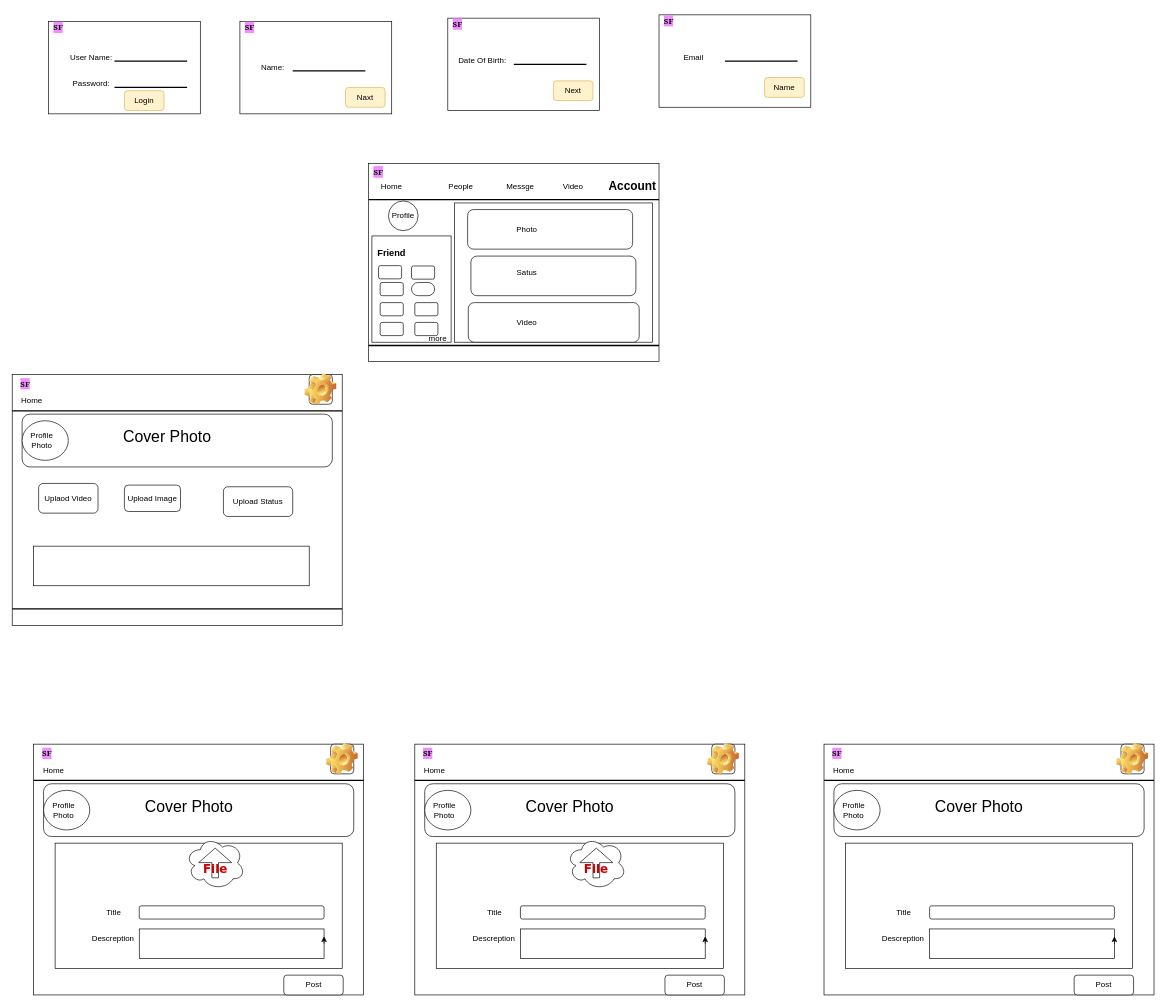
Above: Social media Architecture.drawio in devopsisak/kubernets (draw.io), before the change. Source tidied: cells renumbered, new cells numbered last; positions are measured from the earlier drawing's top-left corner, leaving out a move shared by most shapes. Both pictures are drawn from the tidied source at 66%, with x=0, y=0 at pixel (12, 11).
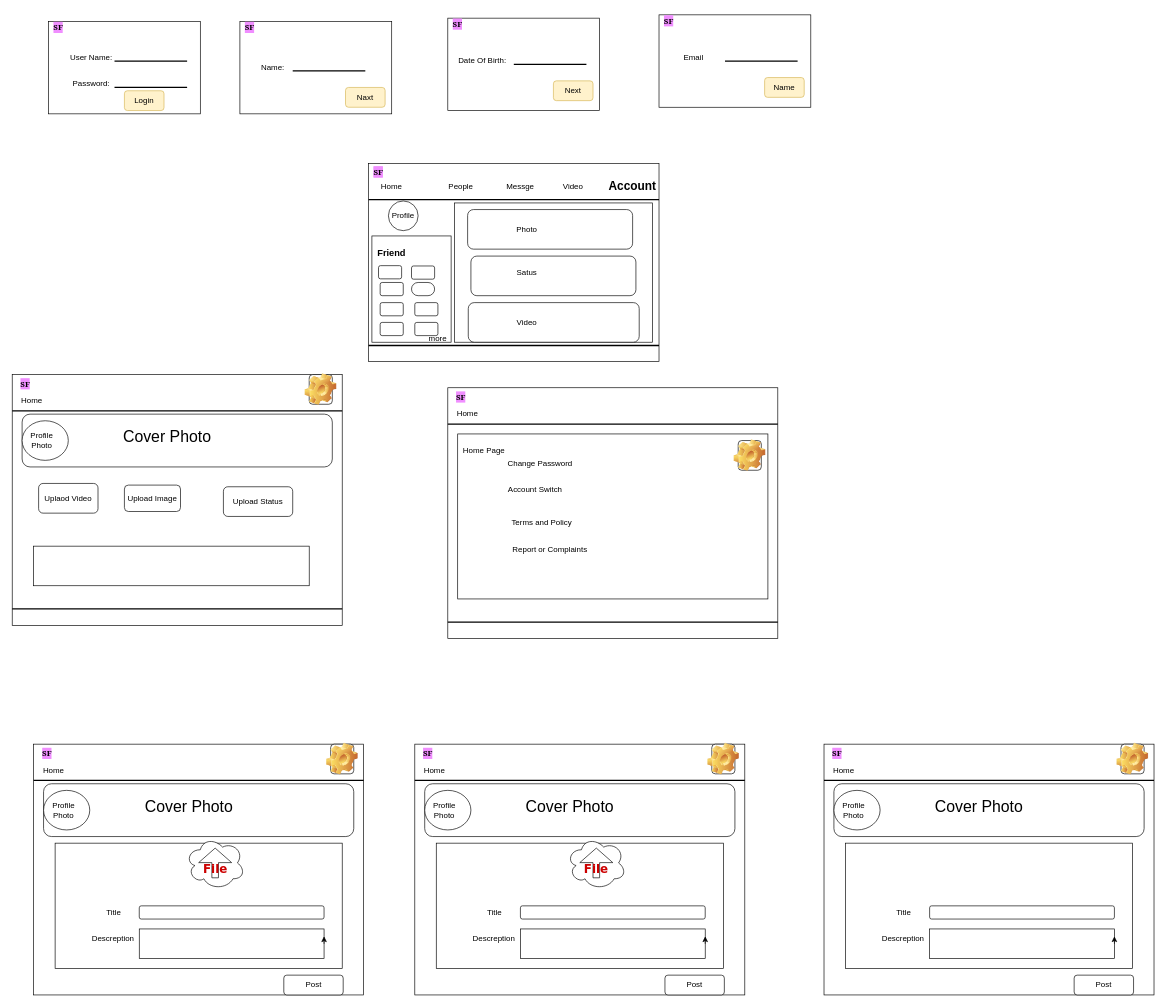
The same diagram, later.

What changed in the source:
```diff
@@
+    <mxCell id="131" style="group;" parent="1" vertex="1">
+      <mxGeometry x="660" y="570" width="500" height="380" as="geometry" />
+    </mxCell>
+    <mxCell id="132" style="rounded=0;whiteSpace=wrap;html=1;" parent="131" vertex="1">
+      <mxGeometry width="500" height="380" as="geometry" />
+    </mxCell>
+    <mxCell id="133" style="line;strokeWidth=2;html=1;" parent="131" vertex="1">
+      <mxGeometry y="50" width="500" height="10" as="geometry" />
+    </mxCell>
+    <mxCell id="134" style="line;strokeWidth=2;html=1;" parent="131" vertex="1">
+      <mxGeometry y="350" width="500" height="10" as="geometry" />
+    </mxCell>
+    <mxCell id="135" value="Home" style="text;html=1;whiteSpace=wrap;strokeColor=none;fillColor=none;align=center;verticalAlign=middle;rounded=0;" parent="131" vertex="1">
+      <mxGeometry y="25" width="60" height="30" as="geometry" />
+    </mxCell>
+    <mxCell id="136" value="&lt;b&gt;&lt;font face=&quot;Georgia&quot; style=&quot;background-color: rgb(240, 142, 255);&quot;&gt;SF&lt;/font&gt;&lt;/b&gt;" style="text;html=1;whiteSpace=wrap;strokeColor=none;fillColor=none;align=center;verticalAlign=middle;rounded=0;" parent="131" vertex="1">
+      <mxGeometry x="5" y="5" width="30" height="20" as="geometry" />
+    </mxCell>
+    <mxCell id="137" style="rounded=0;whiteSpace=wrap;html=1;" parent="131" vertex="1">
+      <mxGeometry x="15" y="70" width="470" height="250" as="geometry" />
+    </mxCell>
+    <mxCell id="138" style="icon;html=1;image=img/clipart/Gear_128x128.png;" parent="131" vertex="1">
+      <mxGeometry x="440" y="80" width="35" height="45" as="geometry" />
+    </mxCell>
+    <mxCell id="139" value="Change Password" style="text;html=1;whiteSpace=wrap;strokeColor=none;fillColor=none;align=center;verticalAlign=middle;rounded=0;" parent="131" vertex="1">
+      <mxGeometry x="80" y="100" width="120" height="30" as="geometry" />
+    </mxCell>
+    <mxCell id="140" value="Account Switch" style="text;html=1;whiteSpace=wrap;strokeColor=none;fillColor=none;align=center;verticalAlign=middle;rounded=0;" parent="131" vertex="1">
+      <mxGeometry x="80" y="140" width="105" height="30" as="geometry" />
+    </mxCell>
+    <mxCell id="141" value="Terms and Policy" style="text;html=1;whiteSpace=wrap;strokeColor=none;fillColor=none;align=center;verticalAlign=middle;rounded=0;" parent="131" vertex="1">
+      <mxGeometry x="90" y="190" width="105" height="30" as="geometry" />
+    </mxCell>
+    <mxCell id="142" value="Report or Complaints" style="text;html=1;whiteSpace=wrap;strokeColor=none;fillColor=none;align=center;verticalAlign=middle;rounded=0;" parent="131" vertex="1">
+      <mxGeometry x="90" y="230" width="130" height="30" as="geometry" />
+    </mxCell>
+    <mxCell id="143" value="Home Page" style="text;html=1;whiteSpace=wrap;strokeColor=none;fillColor=none;align=center;verticalAlign=middle;rounded=0;" parent="131" vertex="1">
+      <mxGeometry x="20" y="80" width="70" height="30" as="geometry" />
+    </mxCell>
```
